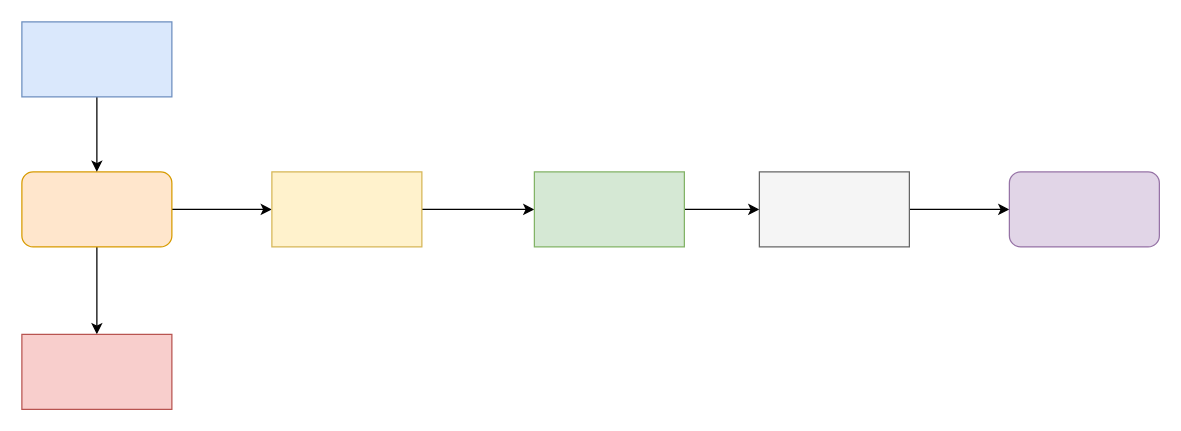
This is flowchart001.drawio from cjaack2/Images_Repository, a draw.io file, before an edit. Source tidied: cells renumbered, new cells numbered last; positions are measured from the earlier drawing's top-left corner, leaving out a move shared by most shapes. Both pictures are drawn from the tidied source at 125%, with x=0, y=0 at pixel (21, 21).
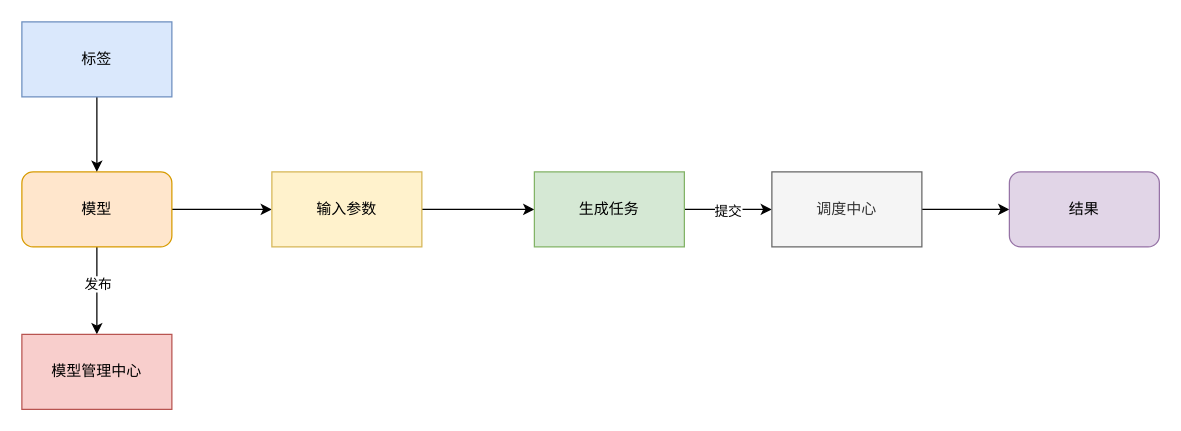
The same diagram, later.

Change to the diagram source:
```diff
@@
 <mxGraphModel>
   <root>
     <mxCell id="0" />
     <mxCell id="1" parent="0" />
     <mxCell id="2" style="edgeStyle=orthogonalEdgeStyle;rounded=0;jettySize=auto;html=1;exitX=1;exitY=0.5;exitDx=0;exitDy=0;entryX=0;entryY=0.5;entryDx=0;entryDy=0;" parent="1" edge="1" source="4" target="6">
       <mxGeometry relative="1" as="geometry" />
     </mxCell>
     <mxCell id="3" style="edgeStyle=orthogonalEdgeStyle;rounded=0;jettySize=auto;html=1;" parent="1" edge="1" source="4" target="14">
       <mxGeometry relative="1" as="geometry" />
     </mxCell>
+    <mxCell id="15" value="发布" style="edgeLabel;html=1;align=center;verticalAlign=middle;" parent="3" vertex="1">
+      <mxGeometry x="-0.17" relative="1" as="geometry" />
+    </mxCell>
-    <mxCell id="4" style="rounded=1;whiteSpace=wrap;html=1;fillColor=#ffe6cc;strokeColor=#d79b00;" parent="1" vertex="1">
+    <mxCell id="4" value="模型" style="rounded=1;whiteSpace=wrap;html=1;fillColor=#ffe6cc;strokeColor=#d79b00;" parent="1" vertex="1">
       <mxGeometry y="120" width="120" height="60" as="geometry" />
     </mxCell>
     <mxCell id="5" style="edgeStyle=orthogonalEdgeStyle;rounded=0;jettySize=auto;html=1;exitX=1;exitY=0.5;exitDx=0;exitDy=0;entryX=0;entryY=0.5;entryDx=0;entryDy=0;" parent="1" edge="1" source="6" target="8">
       <mxGeometry relative="1" as="geometry" />
     </mxCell>
-    <mxCell id="6" style="rounded=0;whiteSpace=wrap;html=1;fillColor=#fff2cc;strokeColor=#d6b656;" parent="1" vertex="1">
+    <mxCell id="6" value="输入参数" style="rounded=0;whiteSpace=wrap;html=1;fillColor=#fff2cc;strokeColor=#d6b656;" parent="1" vertex="1">
       <mxGeometry x="200" y="120" width="120" height="60" as="geometry" />
     </mxCell>
     <mxCell id="7" style="edgeStyle=orthogonalEdgeStyle;rounded=0;jettySize=auto;html=1;entryX=0;entryY=0.5;entryDx=0;entryDy=0;" parent="1" edge="1" source="8" target="10">
       <mxGeometry relative="1" as="geometry" />
     </mxCell>
+    <mxCell id="16" value="提交" style="edgeLabel;html=1;align=center;verticalAlign=middle;" parent="7" vertex="1">
+      <mxGeometry x="-0.03" y="-1" relative="1" as="geometry" />
+    </mxCell>
-    <mxCell id="8" style="rounded=0;whiteSpace=wrap;html=1;fillColor=#d5e8d4;strokeColor=#82b366;" parent="1" vertex="1">
+    <mxCell id="8" value="生成任务" style="rounded=0;whiteSpace=wrap;html=1;fillColor=#d5e8d4;strokeColor=#82b366;" parent="1" vertex="1">
       <mxGeometry x="410" y="120" width="120" height="60" as="geometry" />
     </mxCell>
     <mxCell id="9" style="edgeStyle=orthogonalEdgeStyle;rounded=0;jettySize=auto;html=1;exitX=1;exitY=0.5;exitDx=0;exitDy=0;entryX=0;entryY=0.5;entryDx=0;entryDy=0;" parent="1" edge="1" source="10" target="11">
       <mxGeometry relative="1" as="geometry" />
     </mxCell>
-    <mxCell id="10" style="rounded=0;whiteSpace=wrap;html=1;fillColor=#f5f5f5;strokeColor=#666666;fontColor=#333333;" parent="1" vertex="1">
-      <mxGeometry x="590" y="120" width="120" height="60" as="geometry" />
+    <mxCell id="10" value="调度中心" style="rounded=0;whiteSpace=wrap;html=1;fillColor=#f5f5f5;strokeColor=#666666;fontColor=#333333;" parent="1" vertex="1">
+      <mxGeometry x="600" y="120" width="120" height="60" as="geometry" />
     </mxCell>
-    <mxCell id="11" style="rounded=1;whiteSpace=wrap;html=1;fillColor=#e1d5e7;strokeColor=#9673a6;" parent="1" vertex="1">
+    <mxCell id="11" value="结果" style="rounded=1;whiteSpace=wrap;html=1;fillColor=#e1d5e7;strokeColor=#9673a6;" parent="1" vertex="1">
       <mxGeometry x="790" y="120" width="120" height="60" as="geometry" />
     </mxCell>
     <mxCell id="12" style="edgeStyle=orthogonalEdgeStyle;rounded=0;jettySize=auto;html=1;exitX=0.5;exitY=1;exitDx=0;exitDy=0;entryX=0.5;entryY=0;entryDx=0;entryDy=0;" parent="1" edge="1" source="13" target="4">
       <mxGeometry relative="1" as="geometry" />
     </mxCell>
-    <mxCell id="13" style="rounded=0;whiteSpace=wrap;html=1;fillColor=#dae8fc;strokeColor=#6c8ebf;" parent="1" vertex="1">
+    <mxCell id="13" value="标签" style="rounded=0;whiteSpace=wrap;html=1;fillColor=#dae8fc;strokeColor=#6c8ebf;" parent="1" vertex="1">
       <mxGeometry width="120" height="60" as="geometry" />
     </mxCell>
-    <mxCell id="14" style="rounded=0;whiteSpace=wrap;html=1;fillColor=#f8cecc;strokeColor=#b85450;" parent="1" vertex="1">
+    <mxCell id="14" value="模型管理中心" style="rounded=0;whiteSpace=wrap;html=1;fillColor=#f8cecc;strokeColor=#b85450;" parent="1" vertex="1">
       <mxGeometry y="250" width="120" height="60" as="geometry" />
     </mxCell>
   </root>
 </mxGraphModel>
```
